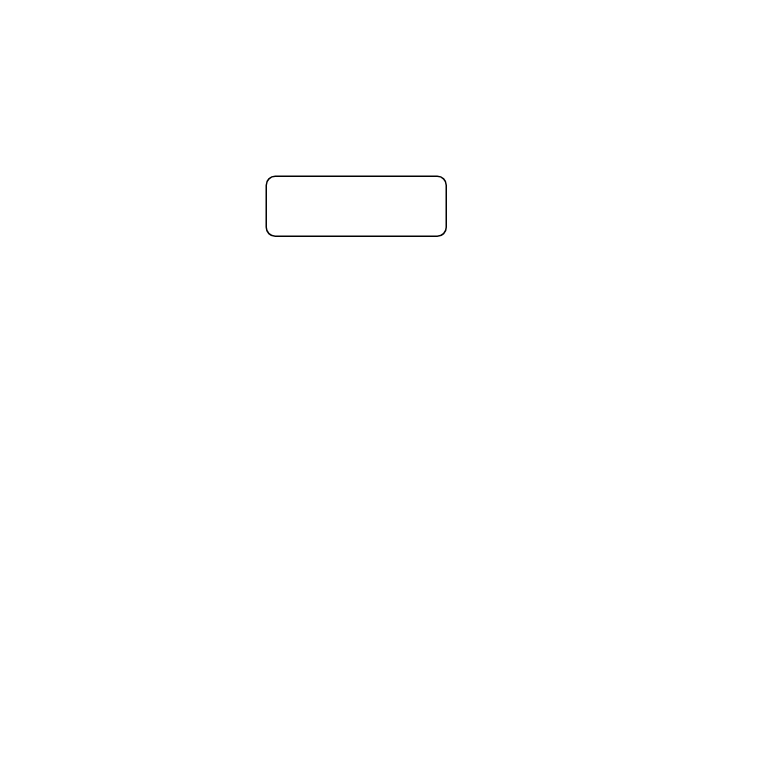
The draw.io diagram drawio/sitemap任务增量更新.drawio in VisableHarry/seo-drawio, before the edit. Source tidied: cells renumbered, new cells numbered last; positions are measured from the earlier drawing's top-left corner, leaving out a move shared by most shapes. Both pictures are drawn from the tidied source at 150%, with x=0, y=0 at pixel (266, 176).
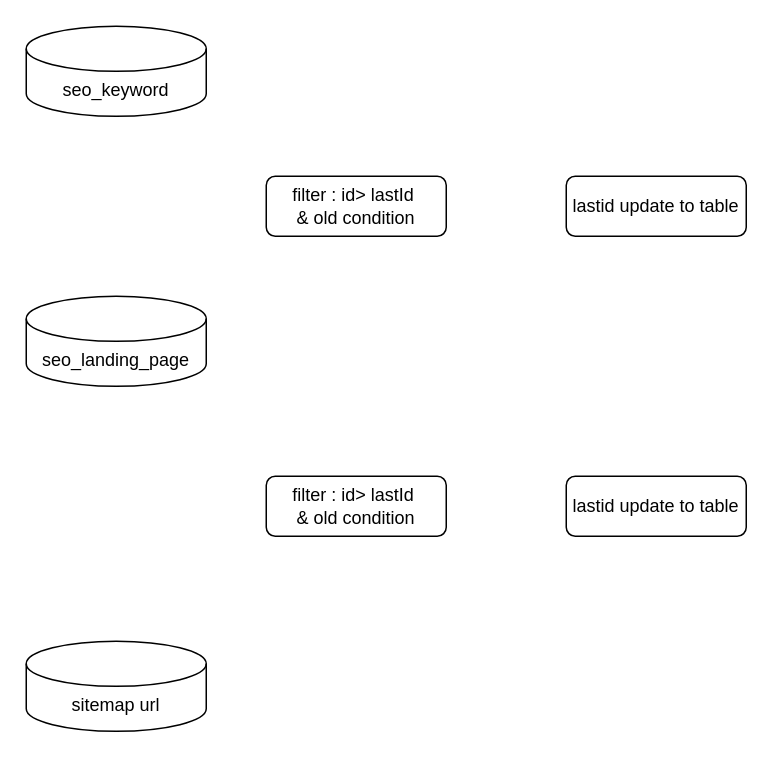
Above is the later version.

Commit message (it also covers changes not shown here):
更新sitemap任务增量更新.drawio

The edit, as a diff of the source:
```diff
@@
 <mxGraphModel>
   <root>
     <mxCell id="0" />
     <mxCell id="1" parent="0" />
-    <mxCell id="2" style="rounded=1;whiteSpace=wrap;html=1;" parent="1" vertex="1">
+    <mxCell id="2" value="filter : id&amp;gt; lastId&amp;nbsp;&lt;br&gt;&lt;span style=&quot;background-color: initial;&quot;&gt;&amp;amp; old condition&lt;/span&gt;" style="rounded=1;whiteSpace=wrap;html=1;" parent="1" vertex="1">
       <mxGeometry width="120" height="40" as="geometry" />
     </mxCell>
+    <mxCell id="3" value="filter : id&amp;gt; lastId&amp;nbsp;&lt;div&gt;&amp;amp; old condition&lt;/div&gt;" style="rounded=1;whiteSpace=wrap;html=1;" parent="1" vertex="1">
+      <mxGeometry y="200" width="120" height="40" as="geometry" />
+    </mxCell>
+    <mxCell id="4" value="seo_keyword" style="shape=cylinder3;whiteSpace=wrap;html=1;boundedLbl=1;backgroundOutline=1;size=15;" parent="1" vertex="1">
+      <mxGeometry x="-160" y="-100" width="120" height="60" as="geometry" />
+    </mxCell>
+    <mxCell id="5" value="seo_landing_page" style="shape=cylinder3;whiteSpace=wrap;html=1;boundedLbl=1;backgroundOutline=1;size=15;" parent="1" vertex="1">
+      <mxGeometry x="-160" y="80" width="120" height="60" as="geometry" />
+    </mxCell>
+    <mxCell id="6" value="sitemap url" style="shape=cylinder3;whiteSpace=wrap;html=1;boundedLbl=1;backgroundOutline=1;size=15;" parent="1" vertex="1">
+      <mxGeometry x="-160" y="310" width="120" height="60" as="geometry" />
+    </mxCell>
+    <mxCell id="7" value="lastid update to table" style="rounded=1;whiteSpace=wrap;html=1;" parent="1" vertex="1">
+      <mxGeometry x="200" width="120" height="40" as="geometry" />
+    </mxCell>
+    <mxCell id="8" value="lastid update to table" style="rounded=1;whiteSpace=wrap;html=1;" parent="1" vertex="1">
+      <mxGeometry x="200" y="200" width="120" height="40" as="geometry" />
+    </mxCell>
   </root>
 </mxGraphModel>
```
